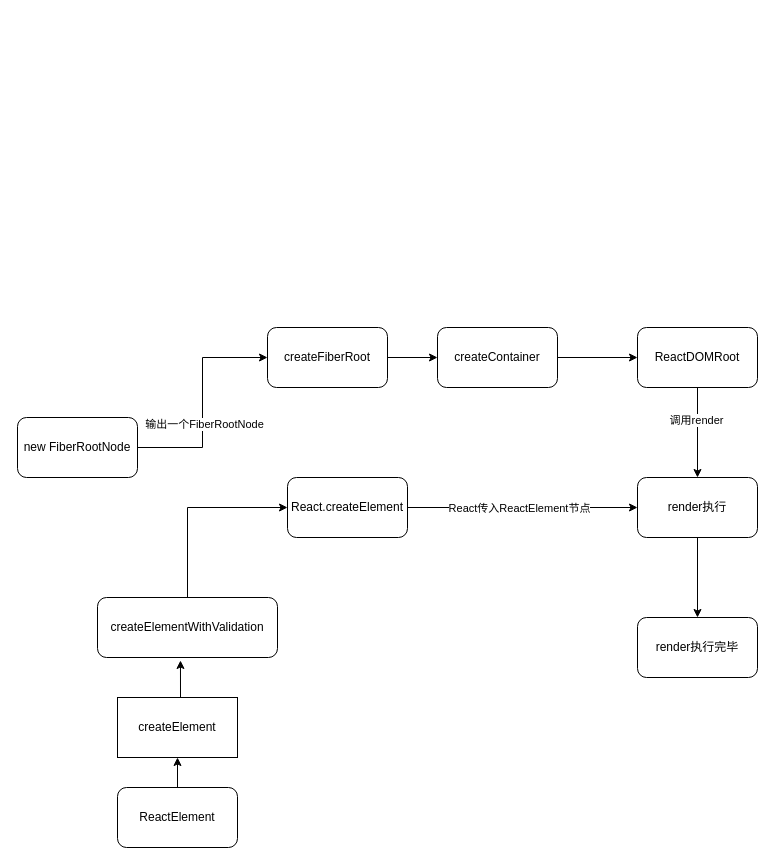
The draw.io diagram React/proj/未命名绘图.drawio in linround/gitBook, before the edit. Source tidied: cells renumbered, new cells numbered last; positions are measured from the earlier drawing's top-left corner, leaving out a move shared by most shapes. Both pictures are drawn from the tidied source at 100%, with x=0, y=0 at pixel (17, 327).
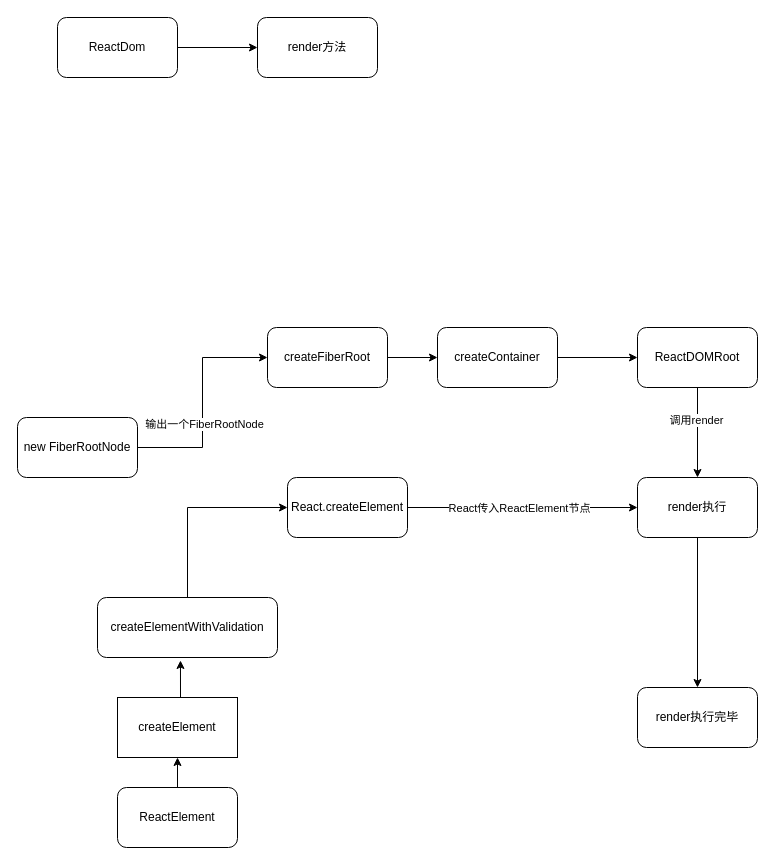
The same diagram, later.

Change to the diagram source:
```diff
@@
     <mxCell id="14" value="render执行完毕" style="whiteSpace=wrap;html=1;rounded=1;" parent="1" vertex="1">
-      <mxGeometry x="620" y="290" width="120" height="60" as="geometry" />
+      <mxGeometry x="620" y="360" width="120" height="60" as="geometry" />
     </mxCell>
@@
+    <mxCell id="24" style="edgeStyle=orthogonalEdgeStyle;rounded=0;jettySize=auto;html=1;" parent="1" edge="1" source="25" target="26">
+      <mxGeometry relative="1" as="geometry" />
+    </mxCell>
+    <mxCell id="25" value="ReactDom" style="rounded=1;whiteSpace=wrap;html=1;" parent="1" vertex="1">
+      <mxGeometry x="40" y="-310" width="120" height="60" as="geometry" />
+    </mxCell>
+    <mxCell id="26" value="render方法" style="whiteSpace=wrap;html=1;rounded=1;" parent="1" vertex="1">
+      <mxGeometry x="240" y="-310" width="120" height="60" as="geometry" />
+    </mxCell>
```
